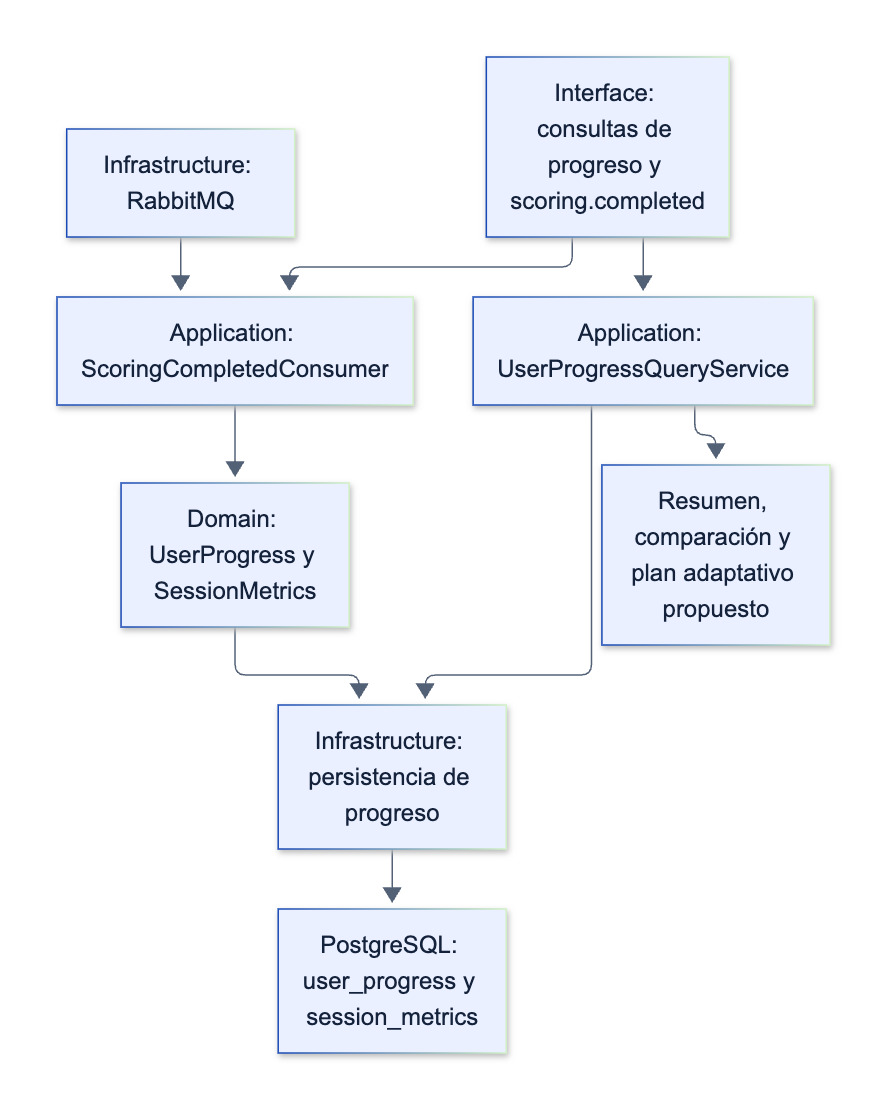
This is assets/diagrams/tactical/05-progress-adaptation-components.png from upc-pre-202620-si728-16365-thropic/talki-project-report, a Mermaid export, as it was before one commit. Its source is kept beside it as assets/diagrams/tactical/05-progress-adaptation-components.mmd.
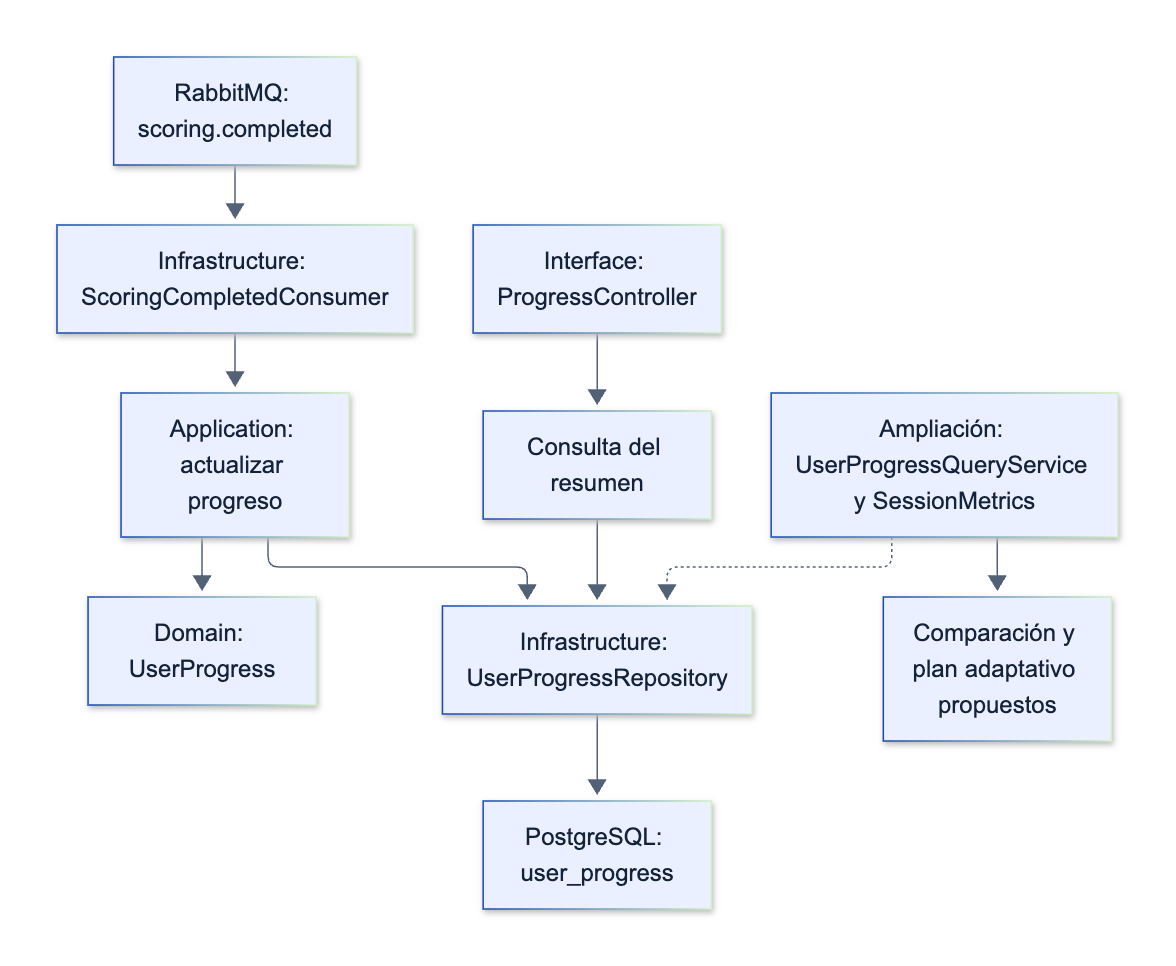
The same file after the commit.

The edit, as a diff of the source:
```diff
@@ -1,9 +1,10 @@
 flowchart TB
-  input["Interface: consultas de progreso y scoring.completed"] --> consume["Application: ScoringCompletedConsumer"]
-  input --> queries["Application: UserProgressQueryService"]
-  consume --> model["Domain: UserProgress y SessionMetrics"]
-  model --> repo["Infrastructure: persistencia de progreso"]
-  queries --> repo
-  repo --> db["PostgreSQL: user_progress y session_metrics"]
-  broker["Infrastructure: RabbitMQ"] --> consume
-  queries --> view["Resumen, comparación y plan adaptativo propuesto"]
+  input["Interface: ProgressController"] --> query["Consulta del resumen"]
+  query --> repo["Infrastructure: UserProgressRepository"]
+  broker["RabbitMQ: scoring.completed"] --> consumer["Infrastructure: ScoringCompletedConsumer"]
+  consumer --> app["Application: actualizar progreso"]
+  app --> model["Domain: UserProgress"]
+  app --> repo
+  repo --> db["PostgreSQL: user_progress"]
+  proposal["Ampliación: UserProgressQueryService y SessionMetrics"] -.-> repo
+  proposal --> view["Comparación y plan adaptativo propuestos"]
```
